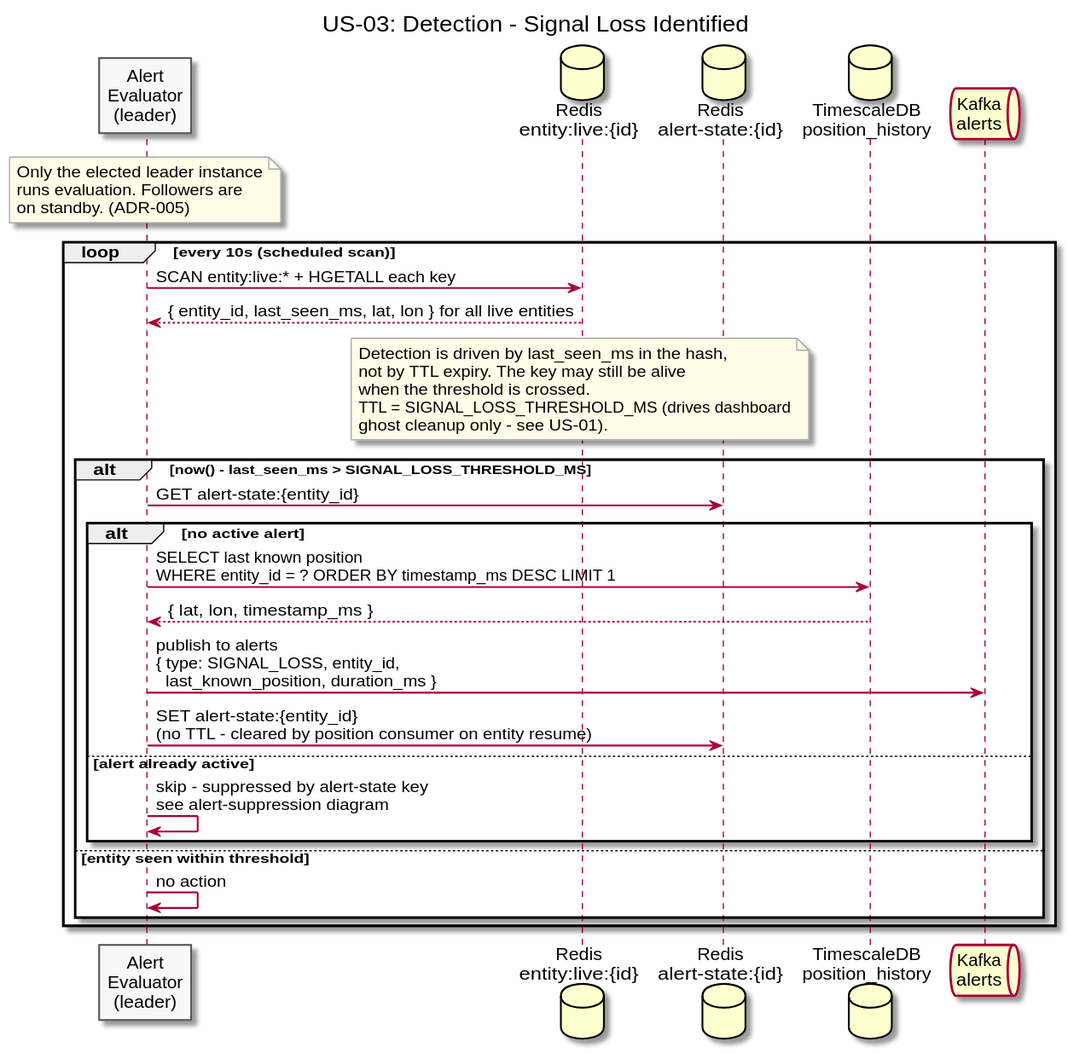
This is diagrams/docs/use-cases/US-03-signal-loss-alert/detection.svg from Buffden/sentinel, a PlantUML export, as it was before one commit.
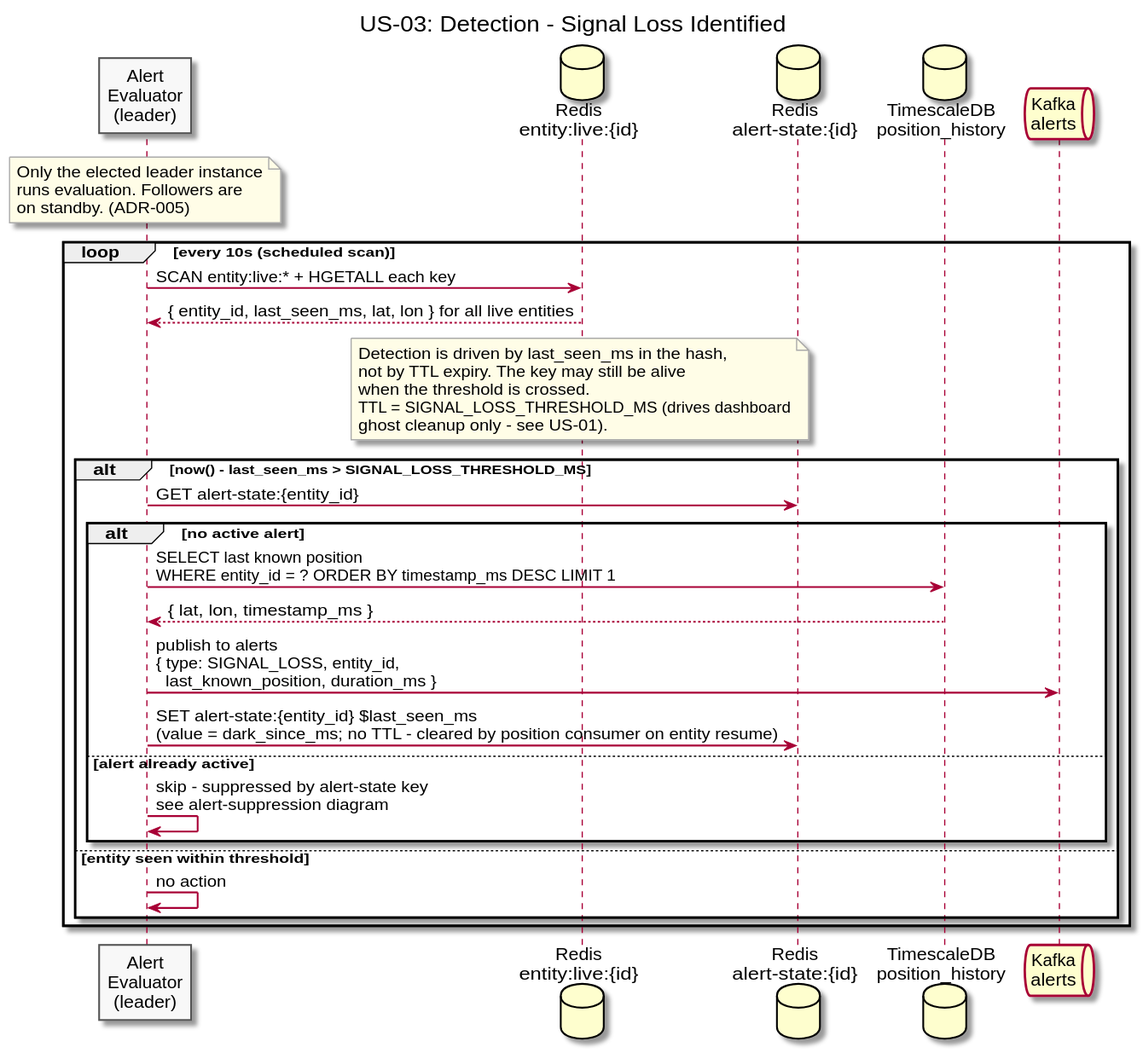
Above is the later version.

What changed in the source:
```diff
@@ -39,7 +39,7 @@
       TSDB --> Evaluator : { lat, lon, timestamp_ms }
 
       Evaluator -> Kafka : publish to alerts\n{ type: SIGNAL_LOSS, entity_id,\n  last_known_position, duration_ms }
-      Evaluator -> AlertState : SET alert-state:{entity_id}\n(no TTL - cleared by position consumer on entity resume)
+      Evaluator -> AlertState : SET alert-state:{entity_id} $last_seen_ms\n(value = dark_since_ms; no TTL - cleared by position consumer on entity resume)
 
     else alert already active
       Evaluator -> Evaluator : skip - suppressed by alert-state key\nsee alert-suppression diagram
```
